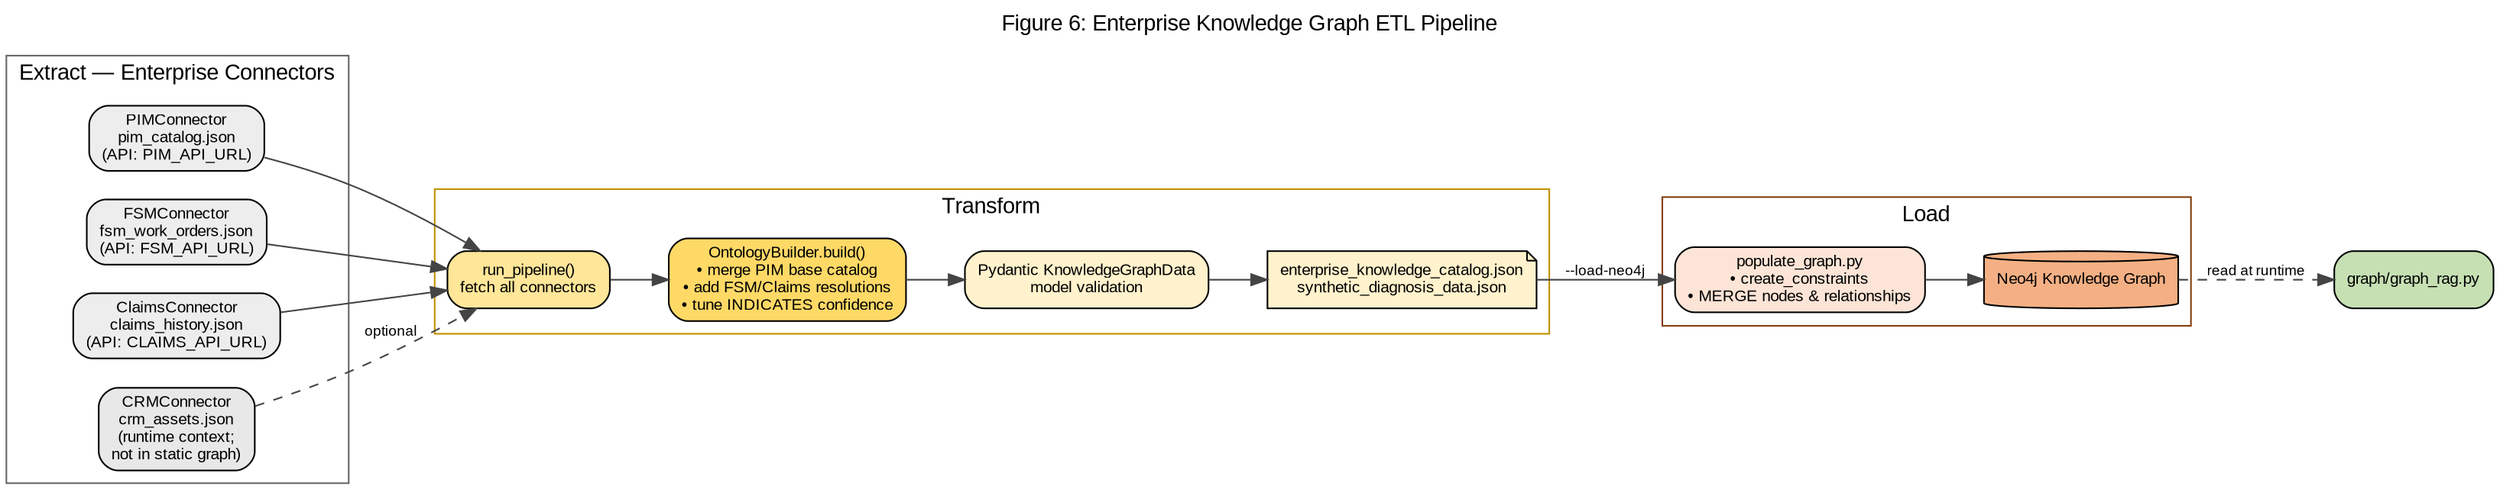
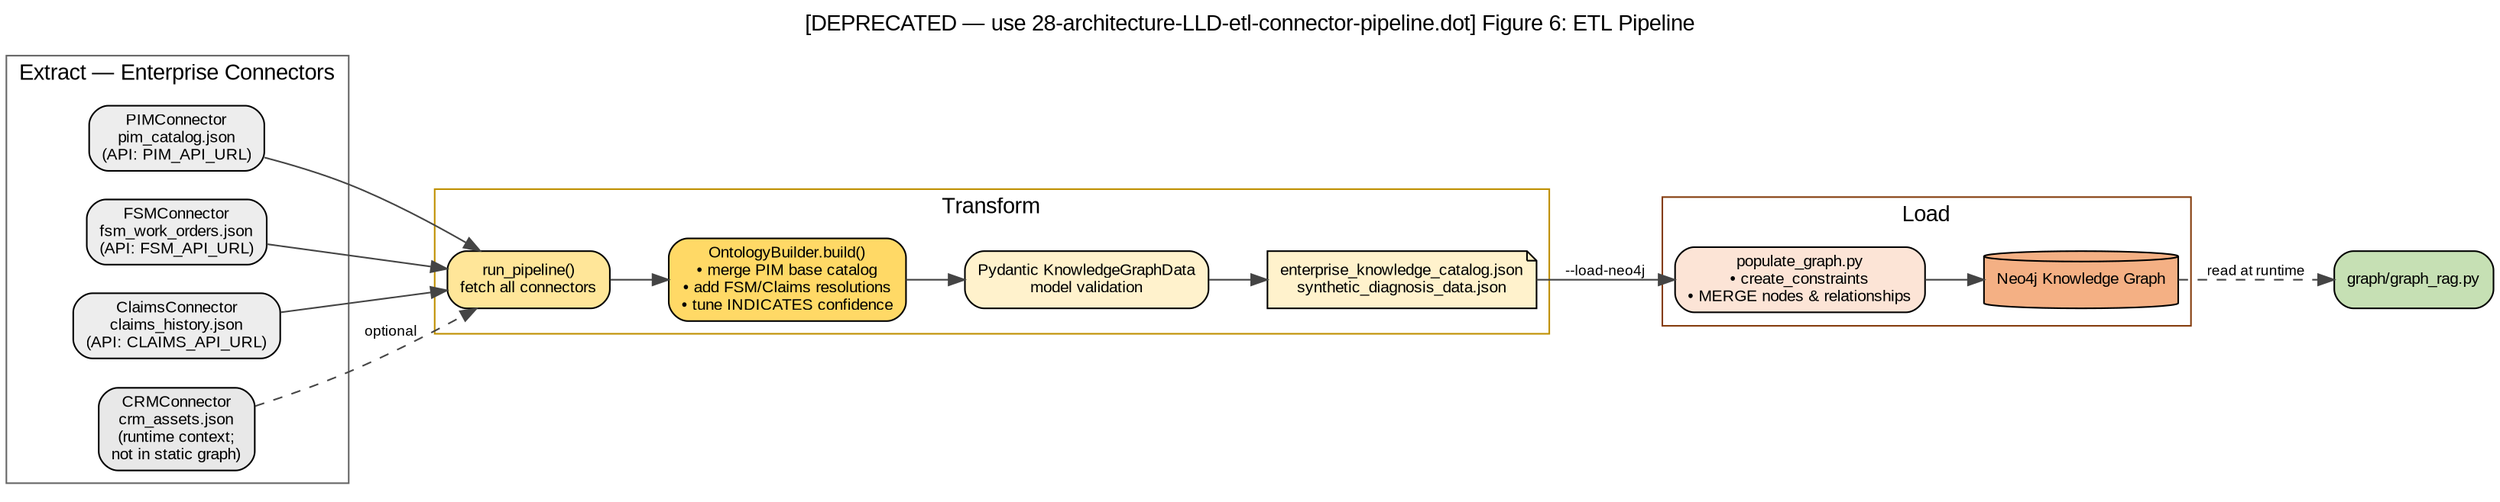
// Figure 6: Enterprise ETL Pipeline (graph/enterprise_pipeline/pipeline.py)
digraph ETLPipeline {
  graph [
    rankdir=LR
-     label="Figure 6: Enterprise Knowledge Graph ETL Pipeline"
+     label="[DEPRECATED — use 28-architecture-LLD-etl-connector-pipeline.dot] Figure 6: ETL Pipeline"
    labelloc=t
    fontsize=14
    fontname="Arial"
    bgcolor="white"
  ]
  node [shape=box, style="rounded,filled", fontname="Arial", fontsize=10]
  edge [fontname="Arial", fontsize=9, color="#444444"]

  subgraph cluster_sources {
    label="Extract — Enterprise Connectors"
    color="#666666"
    PIM [label="PIMConnector\npim_catalog.json\n(API: PIM_API_URL)", fillcolor="#EDEDED"]
    FSM [label="FSMConnector\nfsm_work_orders.json\n(API: FSM_API_URL)", fillcolor="#EDEDED"]
    Claims [label="ClaimsConnector\nclaims_history.json\n(API: CLAIMS_API_URL)", fillcolor="#EDEDED"]
    CRM [label="CRMConnector\ncrm_assets.json\n(runtime context;\nnot in static graph)", fillcolor="#E8E8E8"]
  }

  subgraph cluster_transform {
    label="Transform"
    color="#BF8F00"
    Fetch [label="run_pipeline()\nfetch all connectors", fillcolor="#FFE699"]
    Build [label="OntologyBuilder.build()\n• merge PIM base catalog\n• add FSM/Claims resolutions\n• tune INDICATES confidence", fillcolor="#FFD966"]
    Validate [label="Pydantic KnowledgeGraphData\nmodel validation", fillcolor="#FFF2CC"]
    JSON [label="enterprise_knowledge_catalog.json\nsynthetic_diagnosis_data.json", shape=note, fillcolor="#FFF2CC"]
  }

  subgraph cluster_load {
    label="Load"
    color="#843C0C"
    PG [label="populate_graph.py\n• create_constraints\n• MERGE nodes & relationships", fillcolor="#FCE4D6"]
    Neo4j [label="Neo4j Knowledge Graph", shape=cylinder, fillcolor="#F4B084"]
  }

  PIM -> Fetch
  FSM -> Fetch
  Claims -> Fetch
  CRM -> Fetch [style=dashed, label="optional"]

  Fetch -> Build
  Build -> Validate
  Validate -> JSON
  JSON -> PG [label="--load-neo4j"]
  PG -> Neo4j

  Neo4j -> GR [label="read at runtime", style=dashed]
  GR [label="graph/graph_rag.py", fillcolor="#C6E0B4"]
}